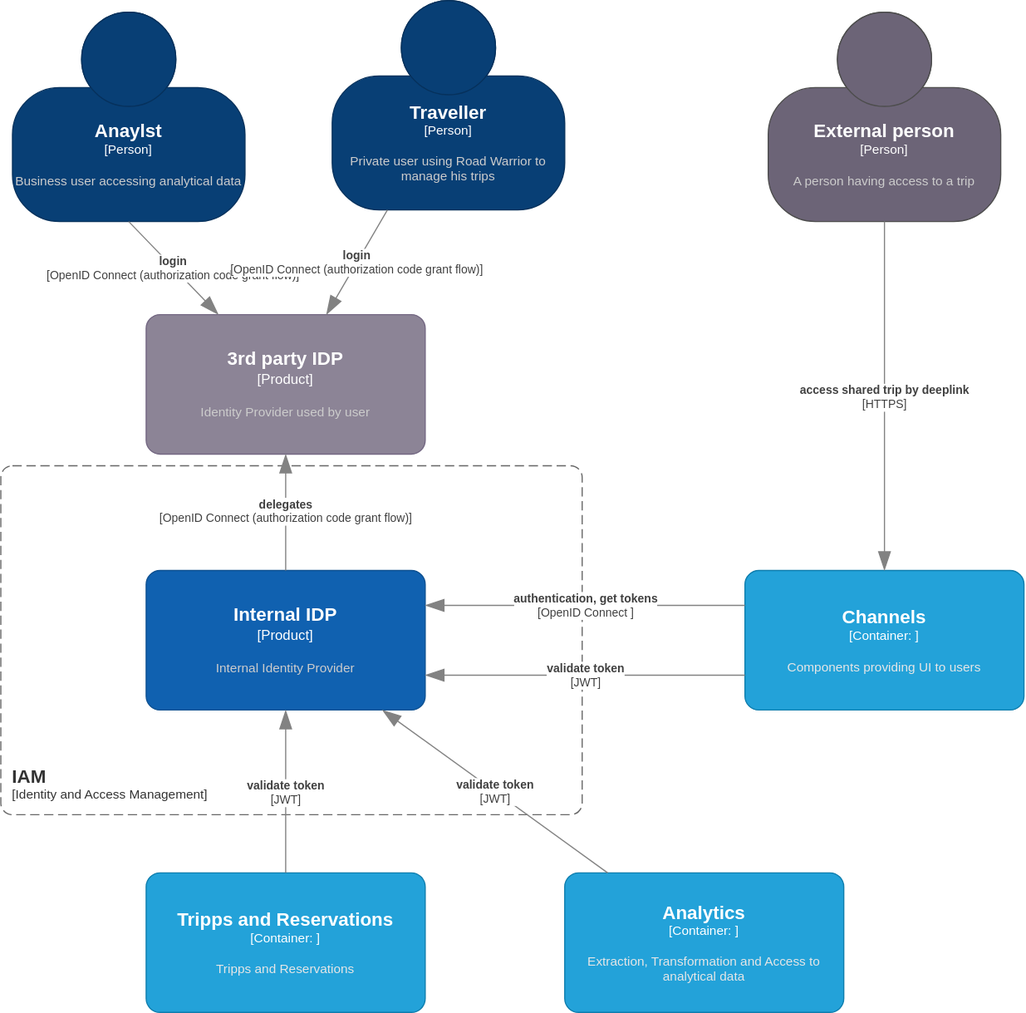
Above: docs/diagrams/Component-IAM.drawio.svg in wschaef/architecture-kata (draw.io), before the change. Source tidied: cells renumbered, new cells last; positions are measured from the earlier drawing's top-left corner, leaving out a move shared by most shapes.
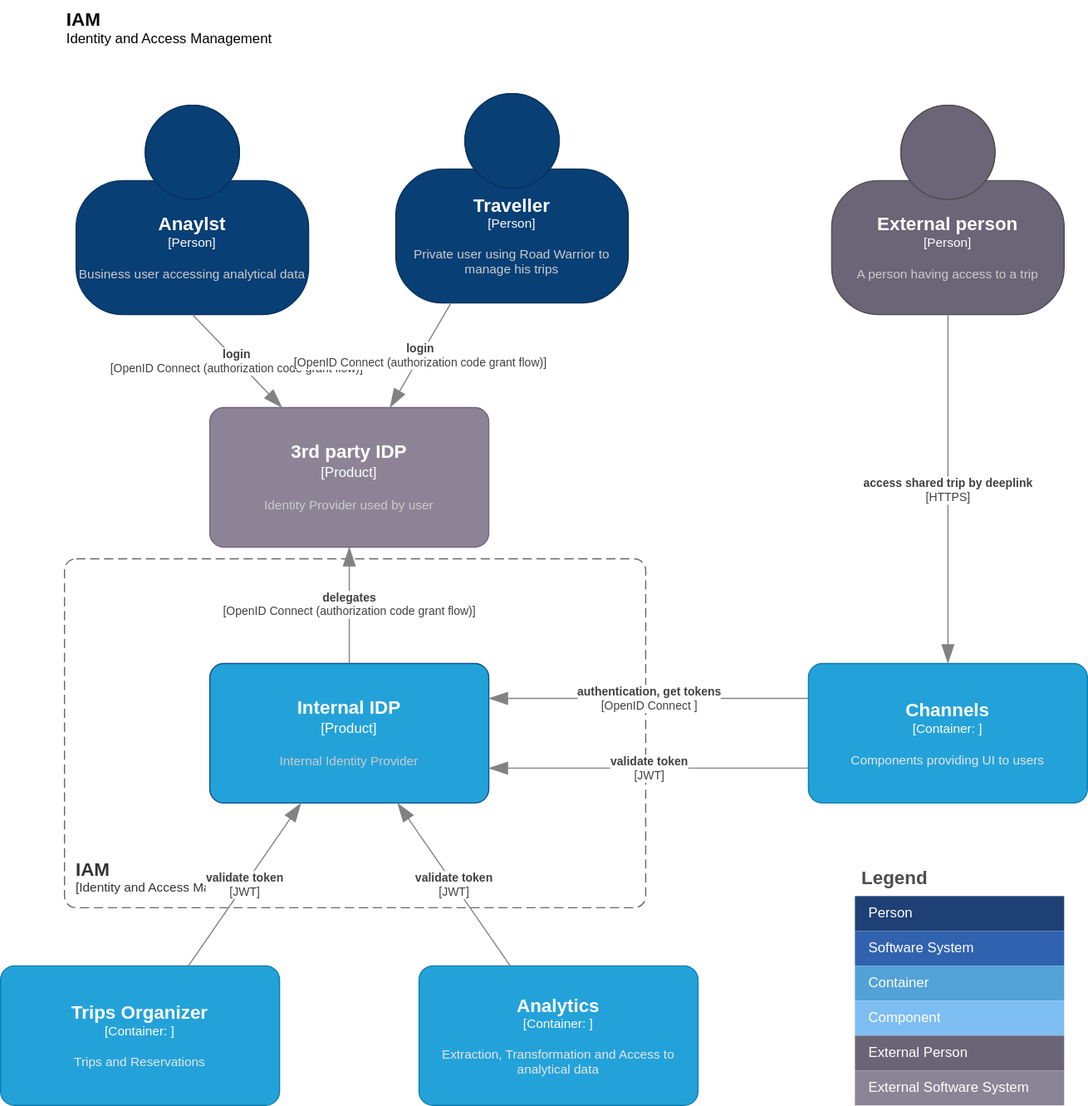
After the change.

Diff of the diagram source:
```diff
@@ -28,7 +28,7 @@
       </mxCell>
     </object>
     <object id="7" label="&lt;font style=&quot;font-size: 16px&quot;&gt;&lt;b&gt;%c4Name%&lt;/b&gt;&lt;/font&gt;&lt;div&gt;[%c4Type%]&lt;/div&gt;&lt;br&gt;&lt;div&gt;&lt;font style=&quot;font-size: 11px&quot;&gt;&lt;font color=&quot;#cccccc&quot;&gt;%c4Description%&lt;/font&gt;&lt;/div&gt;" c4Description="Internal Identity Provider" c4Name="Internal IDP" c4Type="Product" placeholders="1">
-      <mxCell style="rounded=1;whiteSpace=wrap;html=1;labelBackgroundColor=none;fillColor=#1061B0;fontColor=#ffffff;align=center;arcSize=10;strokeColor=#0D5091;points=[[0.25,0,0],[0.5,0,0],[0.75,0,0],[1,0.25,0],[1,0.5,0],[1,0.75,0],[0.75,1,0],[0.5,1,0],[0.25,1,0],[0,0.75,0],[0,0.5,0],[0,0.25,0]];" parent="1" vertex="1">
+      <mxCell style="rounded=1;whiteSpace=wrap;html=1;labelBackgroundColor=none;fillColor=#23A2D9;fontColor=#ffffff;align=center;arcSize=10;strokeColor=#0D5091;points=[[0.25,0,0],[0.5,0,0],[0.75,0,0],[1,0.25,0],[1,0.5,0],[1,0.75,0],[0.75,1,0],[0.5,1,0],[0.25,1,0],[0,0.75,0],[0,0.5,0],[0,0.25,0]];" parent="1" vertex="1">
         <mxGeometry x="125" y="490" width="240" height="120" as="geometry" />
       </mxCell>
     </object>
@@ -64,12 +64,12 @@
     </object>
     <object id="14" label="&lt;font style=&quot;font-size: 16px&quot;&gt;&lt;b&gt;%c4Name%&lt;/b&gt;&lt;/font&gt;&lt;div&gt;[%c4Type%: %c4Technology%]&lt;/div&gt;&lt;br&gt;&lt;div&gt;&lt;font style=&quot;font-size: 11px&quot;&gt;&lt;font color=&quot;#E6E6E6&quot;&gt;%c4Description%&lt;/font&gt;&lt;/div&gt;" c4Description="Extraction, Transformation and Access to analytical data" c4Name="Analytics" c4Technology="" c4Type="Container" placeholders="1">
       <mxCell style="rounded=1;whiteSpace=wrap;html=1;fontSize=11;labelBackgroundColor=none;fillColor=#23A2D9;fontColor=#ffffff;align=center;arcSize=10;strokeColor=#0E7DAD;points=[[0.25,0,0],[0.5,0,0],[0.75,0,0],[1,0.25,0],[1,0.5,0],[1,0.75,0],[0.75,1,0],[0.5,1,0],[0.25,1,0],[0,0.75,0],[0,0.5,0],[0,0.25,0]];" parent="1" vertex="1">
-        <mxGeometry x="485" y="750" width="240" height="120" as="geometry" />
+        <mxGeometry x="305" y="750" width="240" height="120" as="geometry" />
       </mxCell>
     </object>
-    <object id="15" label="&lt;font style=&quot;font-size: 16px&quot;&gt;&lt;b&gt;%c4Name%&lt;/b&gt;&lt;/font&gt;&lt;div&gt;[%c4Type%: %c4Technology%]&lt;/div&gt;&lt;br&gt;&lt;div&gt;&lt;font style=&quot;font-size: 11px&quot;&gt;&lt;font color=&quot;#E6E6E6&quot;&gt;%c4Description%&lt;/font&gt;&lt;/div&gt;" c4Description="Tripps and Reservations" c4Name="Tripps and Reservations" c4Technology="" c4Type="Container" placeholders="1">
+    <object id="15" label="&lt;font style=&quot;font-size: 16px&quot;&gt;&lt;b&gt;%c4Name%&lt;/b&gt;&lt;/font&gt;&lt;div&gt;[%c4Type%: %c4Technology%]&lt;/div&gt;&lt;br&gt;&lt;div&gt;&lt;font style=&quot;font-size: 11px&quot;&gt;&lt;font color=&quot;#E6E6E6&quot;&gt;%c4Description%&lt;/font&gt;&lt;/div&gt;" c4Description="Trips and Reservations" c4Name="Trips Organizer" c4Technology="" c4Type="Container" placeholders="1">
       <mxCell style="rounded=1;whiteSpace=wrap;html=1;fontSize=11;labelBackgroundColor=none;fillColor=#23A2D9;fontColor=#ffffff;align=center;arcSize=10;strokeColor=#0E7DAD;points=[[0.25,0,0],[0.5,0,0],[0.75,0,0],[1,0.25,0],[1,0.5,0],[1,0.75,0],[0.75,1,0],[0.5,1,0],[0.25,1,0],[0,0.75,0],[0,0.5,0],[0,0.25,0]];" parent="1" vertex="1">
-        <mxGeometry x="125" y="750" width="240" height="120" as="geometry" />
+        <mxGeometry x="-55" y="750" width="240" height="120" as="geometry" />
       </mxCell>
     </object>
     <object id="16" label="&lt;div style=&quot;text-align: left&quot;&gt;&lt;div style=&quot;text-align: center&quot;&gt;&lt;b&gt;%c4Description%&lt;/b&gt;&lt;/div&gt;&lt;div style=&quot;text-align: center&quot;&gt;[%c4Technology%]&lt;/div&gt;&lt;/div&gt;" c4Description="validate token" c4Technology="JWT" c4Type="Relationship" placeholders="1">
@@ -87,5 +87,49 @@
         <mxGeometry relative="1" as="geometry" />
       </mxCell>
     </object>
+    <object id="19" label="&lt;font style=&quot;font-size: 16px&quot;&gt;&lt;b&gt;&lt;div style=&quot;text-align: left&quot;&gt;%c4Name%&lt;/div&gt;&lt;/b&gt;&lt;/font&gt;&lt;div style=&quot;text-align: left&quot;&gt;%c4Description%&lt;/div&gt;" c4Description="Identity and Access Management" c4Name="IAM" c4Type="ContainerDiagramTitle" placeholders="1">
+      <mxCell style="text;html=1;strokeColor=none;fillColor=none;align=left;verticalAlign=top;whiteSpace=wrap;rounded=0;" parent="1" vertex="1">
+        <mxGeometry y="-80" width="260" height="40" as="geometry" />
+      </mxCell>
+    </object>
+    <mxCell id="20" value="Legend" style="shape=table;startSize=30;fontSize=16;align=left;verticalAlign=top;fillColor=none;strokeColor=none;fontColor=#4D4D4D;fontStyle=1;spacingLeft=6;spacing=0;" parent="1" vertex="1">
+      <mxGeometry x="680" y="660" width="180" height="210" as="geometry" />
+    </mxCell>
+    <mxCell id="21" style="shape=tableRow;horizontal=0;startSize=0;swimlaneHead=0;swimlaneBody=0;strokeColor=inherit;top=0;left=0;bottom=0;right=0;fillColor=none;fontSize=12;" parent="20" vertex="1">
+      <mxGeometry y="30" width="180" height="30" as="geometry" />
+    </mxCell>
+    <mxCell id="22" value="Person" style="shape=partialRectangle;html=1;whiteSpace=wrap;strokeColor=inherit;overflow=hidden;fillColor=#1E4074;top=0;left=0;bottom=0;right=0;fontSize=12;align=left;fontColor=#FFFFFF;gradientColor=none;spacingLeft=10;spacingRight=4;" parent="21" vertex="1">
+      <mxGeometry width="180" height="30" as="geometry" />
+    </mxCell>
+    <mxCell id="23" style="shape=tableRow;horizontal=0;startSize=0;swimlaneHead=0;swimlaneBody=0;strokeColor=inherit;top=0;left=0;bottom=0;right=0;fillColor=none;fontSize=12;" parent="20" vertex="1">
+      <mxGeometry y="60" width="180" height="30" as="geometry" />
+    </mxCell>
+    <mxCell id="24" value="Software System" style="shape=partialRectangle;html=1;whiteSpace=wrap;strokeColor=inherit;overflow=hidden;fillColor=#3162AF;top=0;left=0;bottom=0;right=0;fontSize=12;align=left;fontColor=#FFFFFF;gradientColor=none;spacingLeft=10;spacingRight=4;" parent="23" vertex="1">
+      <mxGeometry width="180" height="30" as="geometry" />
+    </mxCell>
+    <mxCell id="25" style="shape=tableRow;horizontal=0;startSize=0;swimlaneHead=0;swimlaneBody=0;strokeColor=inherit;top=0;left=0;bottom=0;right=0;fillColor=none;fontSize=12;" parent="20" vertex="1">
+      <mxGeometry y="90" width="180" height="30" as="geometry" />
+    </mxCell>
+    <mxCell id="26" value="Container" style="shape=partialRectangle;html=1;whiteSpace=wrap;strokeColor=inherit;overflow=hidden;fillColor=#52a2d8;top=0;left=0;bottom=0;right=0;fontSize=12;align=left;fontColor=#FFFFFF;gradientColor=none;spacingLeft=10;spacingRight=4;" parent="25" vertex="1">
+      <mxGeometry width="180" height="30" as="geometry" />
+    </mxCell>
+    <mxCell id="27" style="shape=tableRow;horizontal=0;startSize=0;swimlaneHead=0;swimlaneBody=0;strokeColor=inherit;top=0;left=0;bottom=0;right=0;fillColor=none;fontSize=12;" parent="20" vertex="1">
+      <mxGeometry y="120" width="180" height="30" as="geometry" />
+    </mxCell>
+    <mxCell id="28" value="Component" style="shape=partialRectangle;html=1;whiteSpace=wrap;strokeColor=inherit;overflow=hidden;fillColor=#7dbef2;top=0;left=0;bottom=0;right=0;fontSize=12;align=left;fontColor=#FFFFFF;gradientColor=none;spacingLeft=10;spacingRight=4;" parent="27" vertex="1">
+      <mxGeometry width="180" height="30" as="geometry" />
+    </mxCell>
+    <mxCell id="29" style="shape=tableRow;horizontal=0;startSize=0;swimlaneHead=0;swimlaneBody=0;strokeColor=inherit;top=0;left=0;bottom=0;right=0;fillColor=none;fontSize=12;" parent="20" vertex="1">
+      <mxGeometry y="150" width="180" height="30" as="geometry" />
+    </mxCell>
+    <mxCell id="30" value="External Person" style="shape=partialRectangle;html=1;whiteSpace=wrap;strokeColor=inherit;overflow=hidden;fillColor=#6b6477;top=0;left=0;bottom=0;right=0;fontSize=12;align=left;fontColor=#FFFFFF;gradientColor=none;spacingLeft=10;spacingRight=4;" parent="29" vertex="1">
+      <mxGeometry width="180" height="30" as="geometry" />
+    </mxCell>
+    <mxCell id="31" style="shape=tableRow;horizontal=0;startSize=0;swimlaneHead=0;swimlaneBody=0;strokeColor=inherit;top=0;left=0;bottom=0;right=0;fillColor=none;fontSize=12;" parent="20" vertex="1">
+      <mxGeometry y="180" width="180" height="30" as="geometry" />
+    </mxCell>
+    <mxCell id="32" value="External Software System" style="shape=partialRectangle;html=1;whiteSpace=wrap;strokeColor=inherit;overflow=hidden;fillColor=#8b8496;top=0;left=0;bottom=0;right=0;fontSize=12;align=left;fontColor=#FFFFFF;gradientColor=none;spacingLeft=10;spacingRight=4;" parent="31" vertex="1">
+      <mxGeometry width="180" height="30" as="geometry" />
+    </mxCell>
   </root>
 </mxGraphModel>
```
